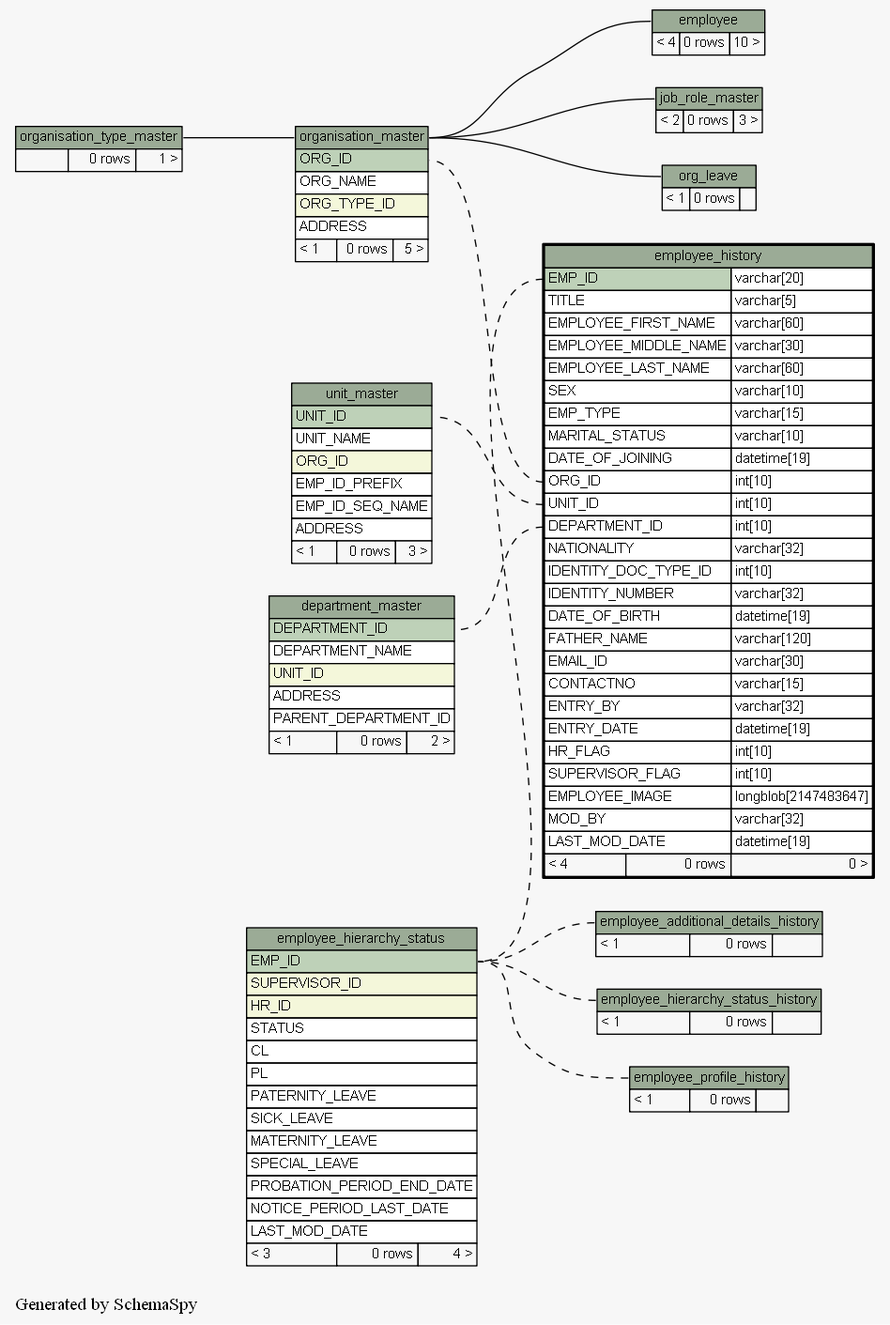
Earlier version of the Graphviz export docs/database/schemaspy/graphs/employee_history.implied2degrees.png (engineerscraft/hrms). Its source is kept beside it as docs/database/schemaspy/graphs/employee_history.implied2degrees.dot.
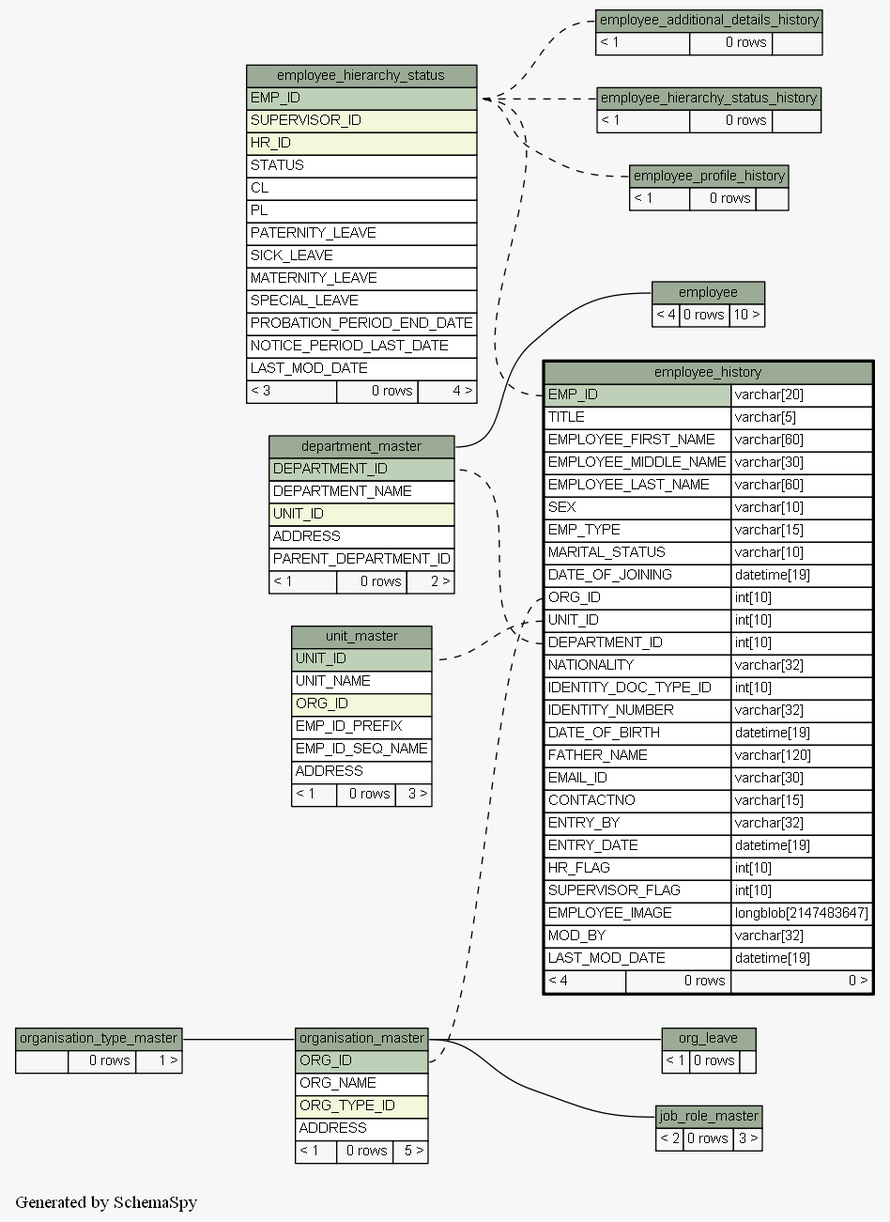
The same diagram one commit later.

The edit, as a diff of the source:
```diff
@@ -13,7 +13,7 @@
   edge [
     arrowsize="0.8"
   ];
-  "employee":"employee.heading":w -> "organisation_master":"organisation_master.heading":e [arrowtail=crowodot arrowhead=none];
+  "employee":"employee.heading":w -> "department_master":"department_master.heading":e [arrowtail=crowodot arrowhead=none];
   "employee_additional_details_history":"employee_additional_details_history.heading":w -> "employee_hierarchy_status":"EMP_ID":e [arrowtail=tee arrowhead=none style=dashed];
   "employee_hierarchy_status_history":"employee_hierarchy_status_history.heading":w -> "employee_hierarchy_status":"EMP_ID":e [arrowtail=tee arrowhead=none style=dashed];
   "employee_history":"DEPARTMENT_ID":w -> "department_master":"DEPARTMENT_ID":e [arrowtail=crowodot arrowhead=none style=dashed];
```
